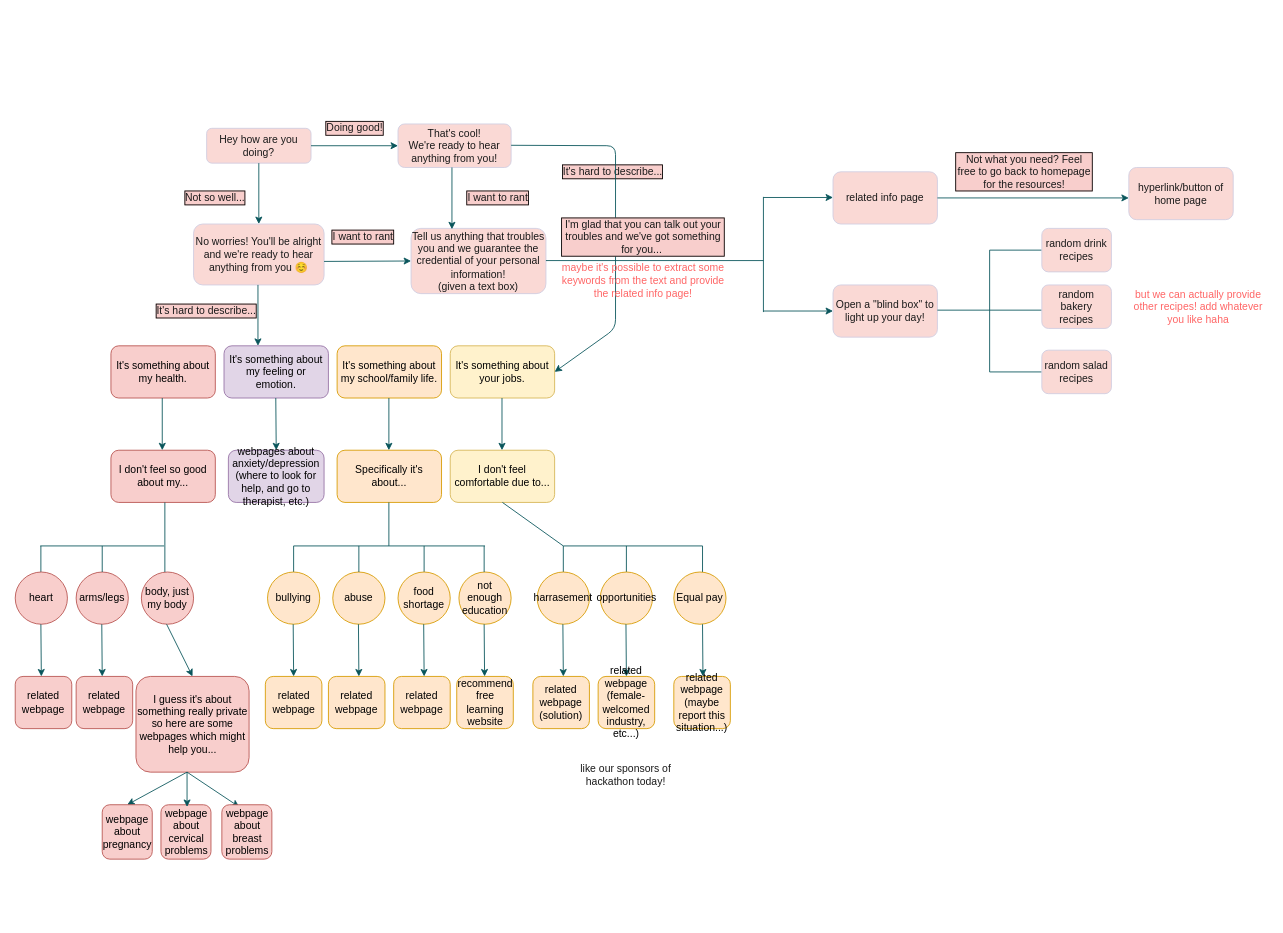
This is Questionary.drawio from effiegao/cmd-f-hackathon-questionary, a draw.io file, before an edit. Source tidied: cells renumbered, new cells numbered last; positions are measured from the earlier drawing's top-left corner, leaving out a move shared by most shapes. Both pictures are drawn from the tidied source at 87%, with x=0, y=0 at pixel (15, 119).
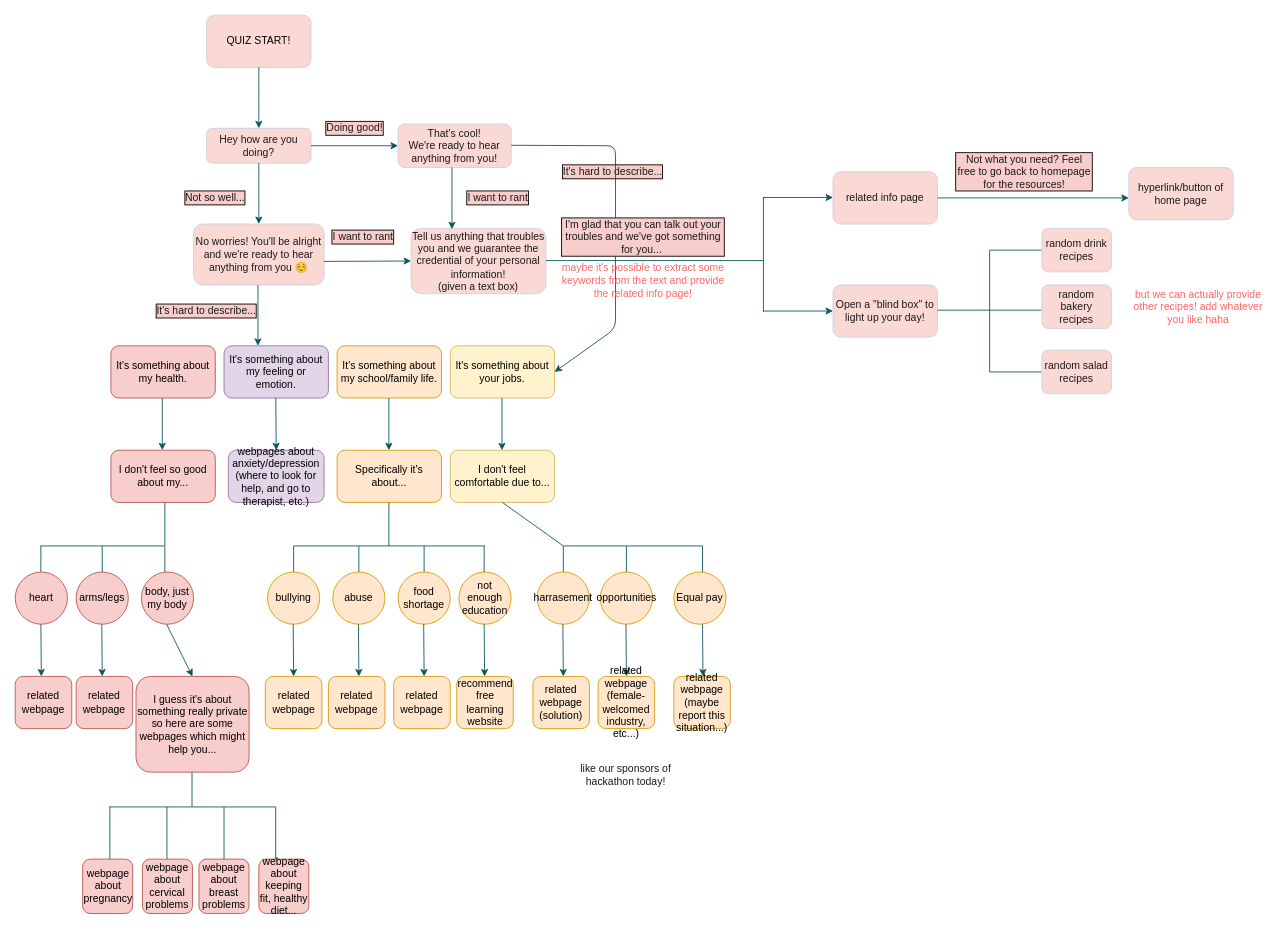
The same page after the edit.

What changed in the source:
```diff
@@
-    <mxCell id="37" style="endArrow=classic;html=1;strokeColor=#09555B;fontColor=#1A1A1A;entryX=0;entryY=0.5;entryDx=0;entryDy=0;" parent="1" edge="1" target="38">
-      <mxGeometry relative="1" as="geometry">
-        <mxPoint x="197.5" y="750" as="sourcePoint" />
-      </mxGeometry>
-    </mxCell>
     <mxCell id="38" value="webpage about pregnancy" style="rounded=1;whiteSpace=wrap;html=1;sketch=0;strokeColor=#b85450;fillColor=#f8cecc;direction=south;" parent="1" vertex="1">
-      <mxGeometry x="100" y="787.5" width="57.5" height="62.5" as="geometry" />
+      <mxGeometry x="77.5" y="850" width="57.5" height="62.5" as="geometry" />
     </mxCell>
     <mxCell id="39" value="webpage about cervical problems" style="rounded=1;whiteSpace=wrap;html=1;sketch=0;strokeColor=#b85450;fillColor=#f8cecc;direction=south;" parent="1" vertex="1">
-      <mxGeometry x="167.5" y="787.5" width="57.5" height="62.5" as="geometry" />
+      <mxGeometry x="146.2" y="850" width="57.5" height="62.5" as="geometry" />
     </mxCell>
-    <mxCell id="40" style="endArrow=classic;html=1;strokeColor=#09555B;fontColor=#1A1A1A;" parent="1" edge="1">
-      <mxGeometry relative="1" as="geometry">
-        <mxPoint x="197.5" y="750" as="sourcePoint" />
-        <mxPoint x="197.5" y="790" as="targetPoint" />
-      </mxGeometry>
-    </mxCell>
-    <mxCell id="41" style="endArrow=classic;html=1;strokeColor=#09555B;fontColor=#1A1A1A;" parent="1" edge="1">
-      <mxGeometry relative="1" as="geometry">
-        <mxPoint x="197.5" y="750" as="sourcePoint" />
-        <mxPoint x="257.5" y="790" as="targetPoint" />
-      </mxGeometry>
-    </mxCell>
     <mxCell id="42" value="webpage about breast problems" style="rounded=1;whiteSpace=wrap;html=1;sketch=0;strokeColor=#b85450;fillColor=#f8cecc;direction=south;" parent="1" vertex="1">
-      <mxGeometry x="237.5" y="787.5" width="57.5" height="62.5" as="geometry" />
+      <mxGeometry x="211.2" y="850" width="57.5" height="62.5" as="geometry" />
     </mxCell>
@@
+    <mxCell id="103" style="endArrow=none;html=1;strokeColor=#09555B;fontColor=#FF6666;" parent="1" edge="1">
+      <mxGeometry relative="1" as="geometry">
+        <mxPoint x="203.2" y="790" as="sourcePoint" />
+        <mxPoint x="203.2" y="750" as="targetPoint" />
+      </mxGeometry>
+    </mxCell>
+    <mxCell id="104" style="endArrow=none;html=1;strokeColor=#09555B;fontColor=#FF6666;" parent="1" edge="1">
+      <mxGeometry relative="1" as="geometry">
+        <mxPoint x="108.1" y="790" as="sourcePoint" />
+        <mxPoint x="299.4" y="790" as="targetPoint" />
+      </mxGeometry>
+    </mxCell>
+    <mxCell id="105" style="endArrow=none;html=1;strokeColor=#09555B;fontColor=#FF6666;" parent="1" edge="1">
+      <mxGeometry relative="1" as="geometry">
+        <mxPoint x="108.8" y="850" as="sourcePoint" />
+        <mxPoint x="108.8" y="790" as="targetPoint" />
+      </mxGeometry>
+    </mxCell>
+    <mxCell id="106" style="endArrow=none;html=1;strokeColor=#09555B;fontColor=#FF6666;" parent="1" edge="1">
+      <mxGeometry relative="1" as="geometry">
+        <mxPoint x="174.4" y="850" as="sourcePoint" />
+        <mxPoint x="174.4" y="790" as="targetPoint" />
+      </mxGeometry>
+    </mxCell>
+    <mxCell id="107" style="endArrow=none;html=1;strokeColor=#09555B;fontColor=#FF6666;" parent="1" edge="1">
+      <mxGeometry relative="1" as="geometry">
+        <mxPoint x="240" y="850" as="sourcePoint" />
+        <mxPoint x="240" y="790" as="targetPoint" />
+      </mxGeometry>
+    </mxCell>
+    <mxCell id="108" value="webpage about keeping fit, healthy diet..." style="rounded=1;whiteSpace=wrap;html=1;sketch=0;strokeColor=#b85450;fillColor=#f8cecc;direction=south;" parent="1" vertex="1">
+      <mxGeometry x="280" y="850" width="57.5" height="62.5" as="geometry" />
+    </mxCell>
+    <mxCell id="109" style="endArrow=none;html=1;strokeColor=#09555B;fontColor=#FF6666;" parent="1" edge="1">
+      <mxGeometry relative="1" as="geometry">
+        <mxPoint x="299.4" y="850" as="sourcePoint" />
+        <mxPoint x="299.4" y="790" as="targetPoint" />
+      </mxGeometry>
+    </mxCell>
+    <mxCell id="110" value="&lt;font color=&quot;#000000&quot;&gt;QUIZ START!&lt;/font&gt;" style="rounded=1;whiteSpace=wrap;html=1;labelBackgroundColor=none;sketch=0;strokeColor=#D0CEE2;fillColor=#FAD9D5;fontColor=#FF6666;" parent="1" vertex="1">
+      <mxGeometry x="220" y="-120" width="120" height="60" as="geometry" />
+    </mxCell>
+    <mxCell id="111" style="endArrow=classic;html=1;strokeColor=#09555B;fontColor=#FF6666;" parent="1" edge="1">
+      <mxGeometry relative="1" as="geometry">
+        <mxPoint x="280" y="-60" as="sourcePoint" />
+        <mxPoint x="280" y="10" as="targetPoint" />
+        <Array as="points">
+          <mxPoint x="280" y="-20" />
+        </Array>
+      </mxGeometry>
+    </mxCell>
```
